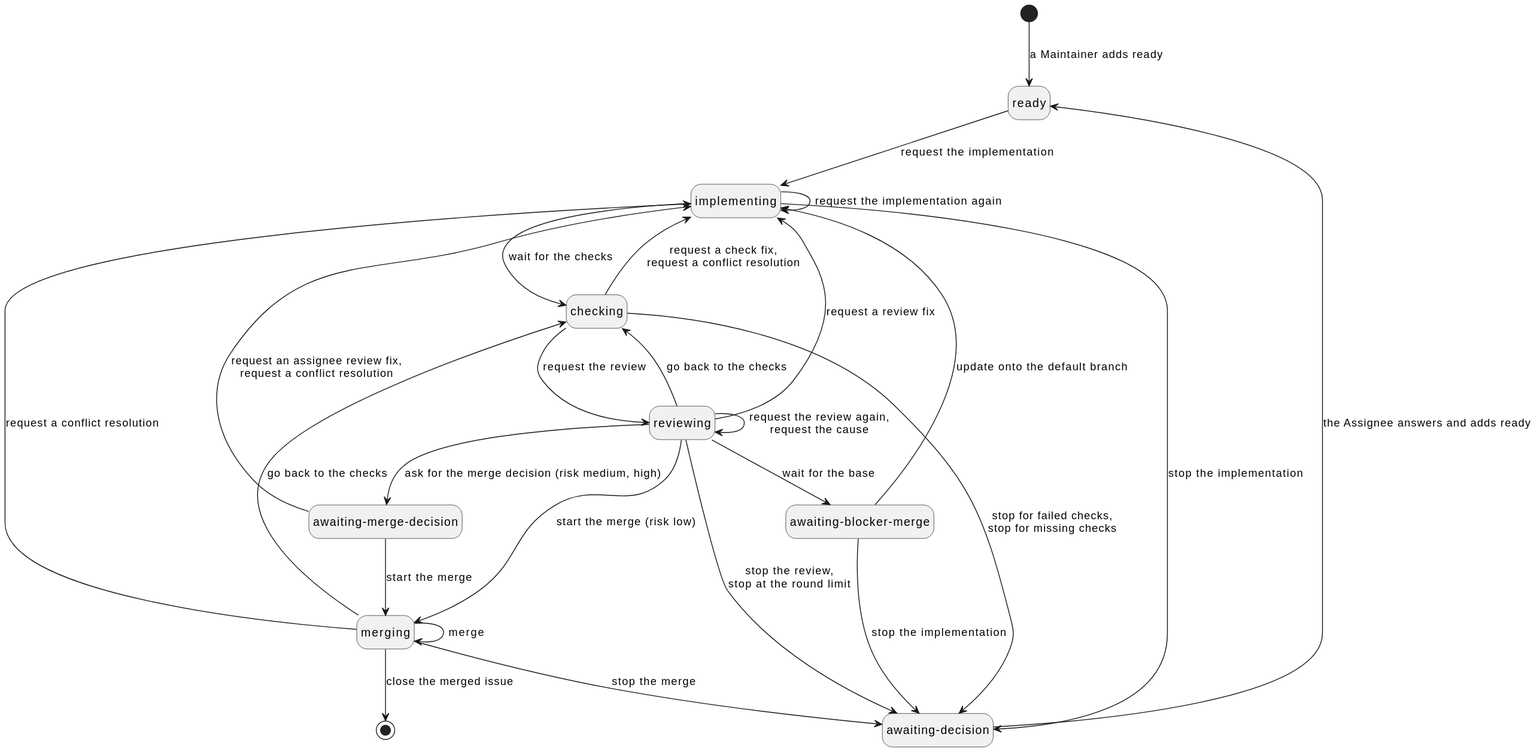
Above: docs/ja/requirements/implementation-issue-states.svg in cloveclovedev/cumin-works (PlantUML), before the change.
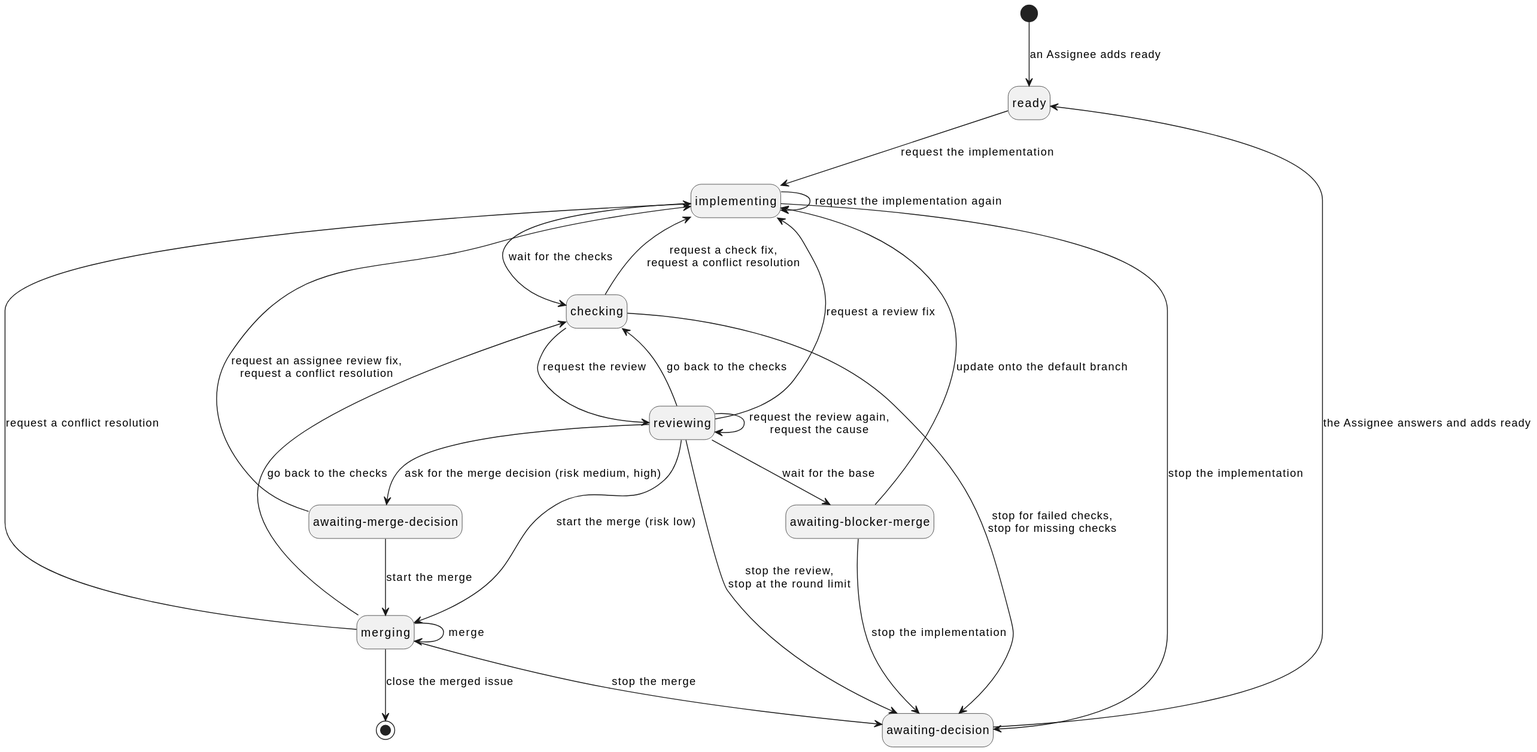
After the change.

Commit message:
docs(requirements): let only an Assignee start an implementation with ready

The edit, as a diff of the source:
```diff
@@ -11,7 +11,7 @@
 state "merging" as Merging
 state "awaiting-decision" as Decision
 
-[*] --> Ready : a Maintainer adds ready
+[*] --> Ready : an Assignee adds ready
 Ready --> Implementing : request the implementation
 Implementing --> Implementing : request the implementation again
 Implementing --> Checking : wait for the checks
```
